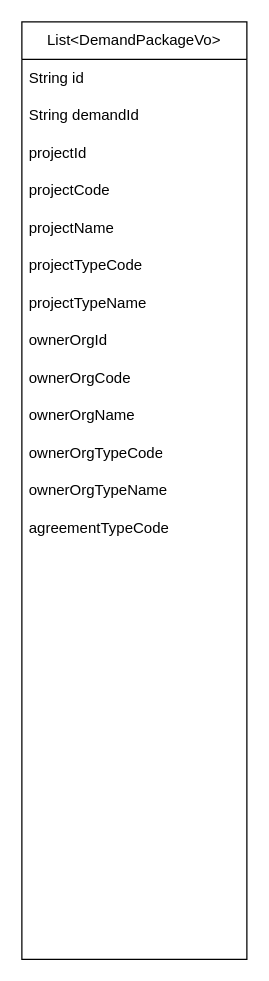
The draw.io diagram data_detail.drawio in dernight1/draw.io, before the edit. Source tidied: cells renumbered, new cells numbered last; positions are measured from the earlier drawing's top-left corner, leaving out a move shared by most shapes. Both pictures are drawn from the tidied source at 125%, with x=0, y=0 at pixel (21, 21).
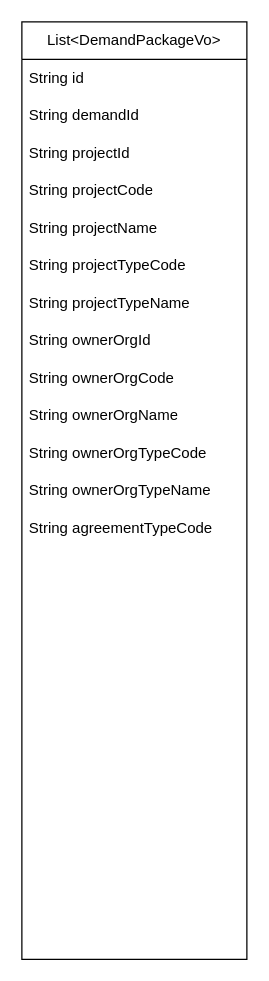
Above is the later version.

The change refers to these unchanged cells:
```xml
<mxCell id="2" value="List&amp;lt;DemandPackageVo&amp;gt;" style="swimlane;fontStyle=0;horizontal=1;startSize=30;whiteSpace=wrap;html=1;" parent="1" vertex="1">
  <mxGeometry width="180" height="750" as="geometry" />
</mxCell>
```

What changed in the source:
```diff
@@
-    <mxCell id="5" value="projectId" style="text;strokeColor=none;fillColor=none;align=left;verticalAlign=middle;spacingLeft=4;spacingRight=4;overflow=hidden;whiteSpace=wrap;html=1;" parent="2" vertex="1">
+    <mxCell id="5" value="String projectId" style="text;strokeColor=none;fillColor=none;align=left;verticalAlign=middle;spacingLeft=4;spacingRight=4;overflow=hidden;whiteSpace=wrap;html=1;" parent="2" vertex="1">
       <mxGeometry y="90" width="180" height="30" as="geometry" />
     </mxCell>
-    <mxCell id="6" value="projectCode" style="text;strokeColor=none;fillColor=none;align=left;verticalAlign=middle;spacingLeft=4;spacingRight=4;overflow=hidden;whiteSpace=wrap;html=1;" parent="2" vertex="1">
+    <mxCell id="6" value="String projectCode" style="text;strokeColor=none;fillColor=none;align=left;verticalAlign=middle;spacingLeft=4;spacingRight=4;overflow=hidden;whiteSpace=wrap;html=1;" parent="2" vertex="1">
       <mxGeometry y="120" width="180" height="30" as="geometry" />
     </mxCell>
-    <mxCell id="7" value="projectName" style="text;strokeColor=none;fillColor=none;align=left;verticalAlign=middle;spacingLeft=4;spacingRight=4;overflow=hidden;whiteSpace=wrap;html=1;" parent="2" vertex="1">
+    <mxCell id="7" value="String projectName" style="text;strokeColor=none;fillColor=none;align=left;verticalAlign=middle;spacingLeft=4;spacingRight=4;overflow=hidden;whiteSpace=wrap;html=1;" parent="2" vertex="1">
       <mxGeometry y="150" width="180" height="30" as="geometry" />
     </mxCell>
-    <mxCell id="8" value="projectTypeCode" style="text;strokeColor=none;fillColor=none;align=left;verticalAlign=middle;spacingLeft=4;spacingRight=4;overflow=hidden;whiteSpace=wrap;html=1;" parent="2" vertex="1">
+    <mxCell id="8" value="String projectTypeCode" style="text;strokeColor=none;fillColor=none;align=left;verticalAlign=middle;spacingLeft=4;spacingRight=4;overflow=hidden;whiteSpace=wrap;html=1;" parent="2" vertex="1">
       <mxGeometry y="180" width="180" height="30" as="geometry" />
     </mxCell>
-    <mxCell id="9" value="projectTypeName" style="text;strokeColor=none;fillColor=none;align=left;verticalAlign=middle;spacingLeft=4;spacingRight=4;overflow=hidden;whiteSpace=wrap;html=1;" parent="2" vertex="1">
+    <mxCell id="9" value="String projectTypeName" style="text;strokeColor=none;fillColor=none;align=left;verticalAlign=middle;spacingLeft=4;spacingRight=4;overflow=hidden;whiteSpace=wrap;html=1;" parent="2" vertex="1">
       <mxGeometry y="210" width="180" height="30" as="geometry" />
     </mxCell>
-    <mxCell id="10" value="ownerOrgId" style="text;strokeColor=none;fillColor=none;align=left;verticalAlign=middle;spacingLeft=4;spacingRight=4;overflow=hidden;whiteSpace=wrap;html=1;" parent="2" vertex="1">
+    <mxCell id="10" value="String ownerOrgId" style="text;strokeColor=none;fillColor=none;align=left;verticalAlign=middle;spacingLeft=4;spacingRight=4;overflow=hidden;whiteSpace=wrap;html=1;" parent="2" vertex="1">
       <mxGeometry y="240" width="180" height="30" as="geometry" />
     </mxCell>
-    <mxCell id="11" value="ownerOrgCode" style="text;strokeColor=none;fillColor=none;align=left;verticalAlign=middle;spacingLeft=4;spacingRight=4;overflow=hidden;whiteSpace=wrap;html=1;" parent="2" vertex="1">
+    <mxCell id="11" value="String ownerOrgCode" style="text;strokeColor=none;fillColor=none;align=left;verticalAlign=middle;spacingLeft=4;spacingRight=4;overflow=hidden;whiteSpace=wrap;html=1;" parent="2" vertex="1">
       <mxGeometry y="270" width="180" height="30" as="geometry" />
     </mxCell>
-    <mxCell id="12" value="ownerOrgName" style="text;strokeColor=none;fillColor=none;align=left;verticalAlign=middle;spacingLeft=4;spacingRight=4;overflow=hidden;whiteSpace=wrap;html=1;" parent="2" vertex="1">
+    <mxCell id="12" value="String ownerOrgName" style="text;strokeColor=none;fillColor=none;align=left;verticalAlign=middle;spacingLeft=4;spacingRight=4;overflow=hidden;whiteSpace=wrap;html=1;" parent="2" vertex="1">
       <mxGeometry y="300" width="180" height="30" as="geometry" />
     </mxCell>
-    <mxCell id="13" value="ownerOrgTypeCode" style="text;strokeColor=none;fillColor=none;align=left;verticalAlign=middle;spacingLeft=4;spacingRight=4;overflow=hidden;whiteSpace=wrap;html=1;" parent="2" vertex="1">
+    <mxCell id="13" value="String ownerOrgTypeCode" style="text;strokeColor=none;fillColor=none;align=left;verticalAlign=middle;spacingLeft=4;spacingRight=4;overflow=hidden;whiteSpace=wrap;html=1;" parent="2" vertex="1">
       <mxGeometry y="330" width="180" height="30" as="geometry" />
     </mxCell>
-    <mxCell id="14" value="ownerOrgTypeName" style="text;strokeColor=none;fillColor=none;align=left;verticalAlign=middle;spacingLeft=4;spacingRight=4;overflow=hidden;whiteSpace=wrap;html=1;" parent="2" vertex="1">
+    <mxCell id="14" value="String ownerOrgTypeName" style="text;strokeColor=none;fillColor=none;align=left;verticalAlign=middle;spacingLeft=4;spacingRight=4;overflow=hidden;whiteSpace=wrap;html=1;" parent="2" vertex="1">
       <mxGeometry y="360" width="180" height="30" as="geometry" />
     </mxCell>
-    <mxCell id="15" value="agreementTypeCode" style="text;strokeColor=none;fillColor=none;align=left;verticalAlign=middle;spacingLeft=4;spacingRight=4;overflow=hidden;whiteSpace=wrap;html=1;" parent="2" vertex="1">
+    <mxCell id="15" value="String agreementTypeCode" style="text;strokeColor=none;fillColor=none;align=left;verticalAlign=middle;spacingLeft=4;spacingRight=4;overflow=hidden;whiteSpace=wrap;html=1;" parent="2" vertex="1">
       <mxGeometry y="390" width="180" height="30" as="geometry" />
     </mxCell>
```
